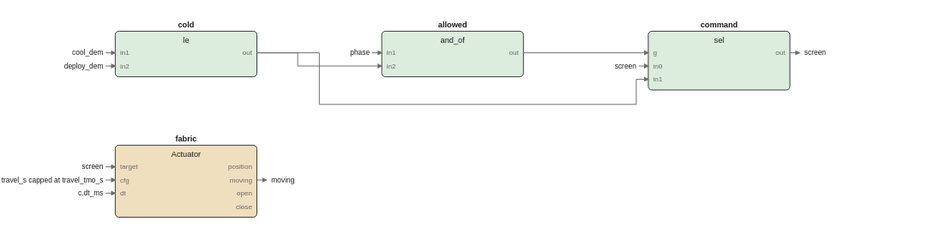
pstch/botanik2 keeps this draw.io diagram as images/logic/screen_fbd.drawio.svg. Above is the earlier version. Source tidied: cells renumbered, new cells last; positions are measured from the earlier drawing's top-left corner, leaving out a move shared by most shapes.
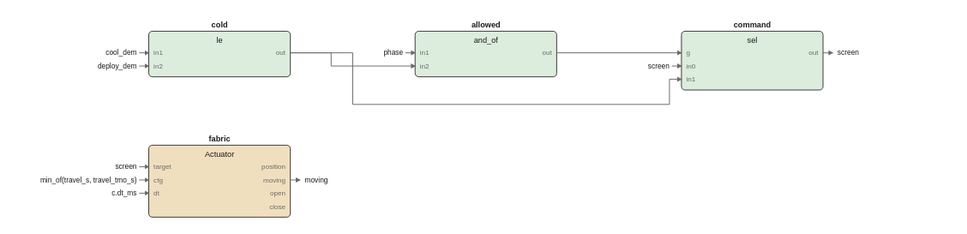
After the commit.

Change to the diagram source:
```diff
@@ -162,8 +162,8 @@
         <mxPoint x="10" y="123" as="targetPoint" />
       </mxGeometry>
     </mxCell>
-    <mxCell id="44" value="travel_s capped at travel_tmo_s" style="text;html=1;fontSize=6;fontColor=#1a1a1a;align=left;" parent="1" vertex="1">
-      <mxGeometry y="130" width="155" height="10" as="geometry" />
+    <mxCell id="44" value="min_of(travel_s, travel_tmo_s)" style="text;html=1;fontSize=6;fontColor=#1a1a1a;align=left;" parent="1" vertex="1">
+      <mxGeometry y="130" width="150" height="10" as="geometry" />
     </mxCell>
     <mxCell id="45" style="edgeStyle=none;html=1;strokeColor=#6b6b6b;endArrow=block;" parent="1" edge="1">
       <mxGeometry relative="1" as="geometry">
```
